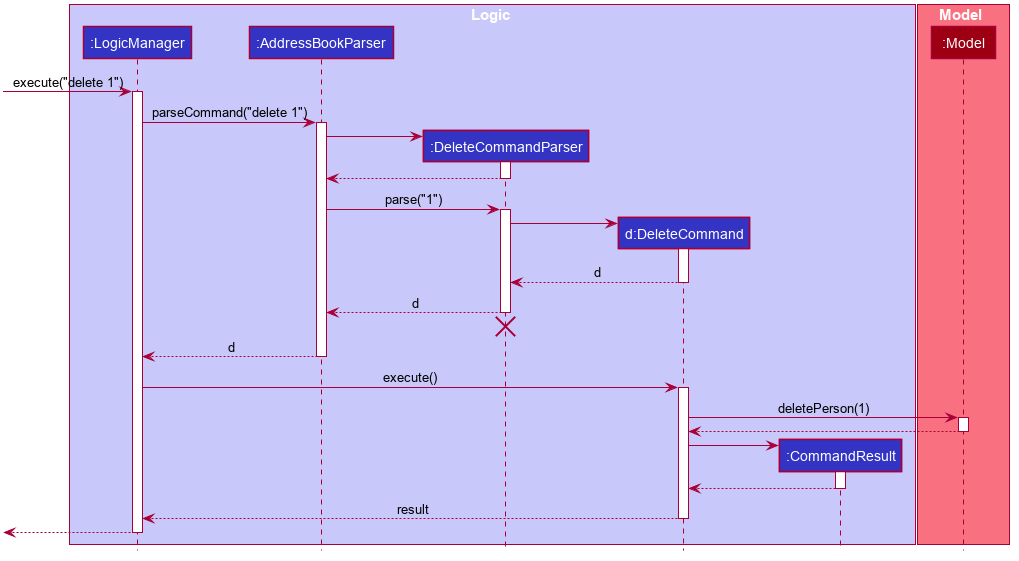
The PlantUML diagram docs/images/DeleteSequenceDiagram.png in nus-cs2103-AY1920S2/addressbook-level3, before a commit.
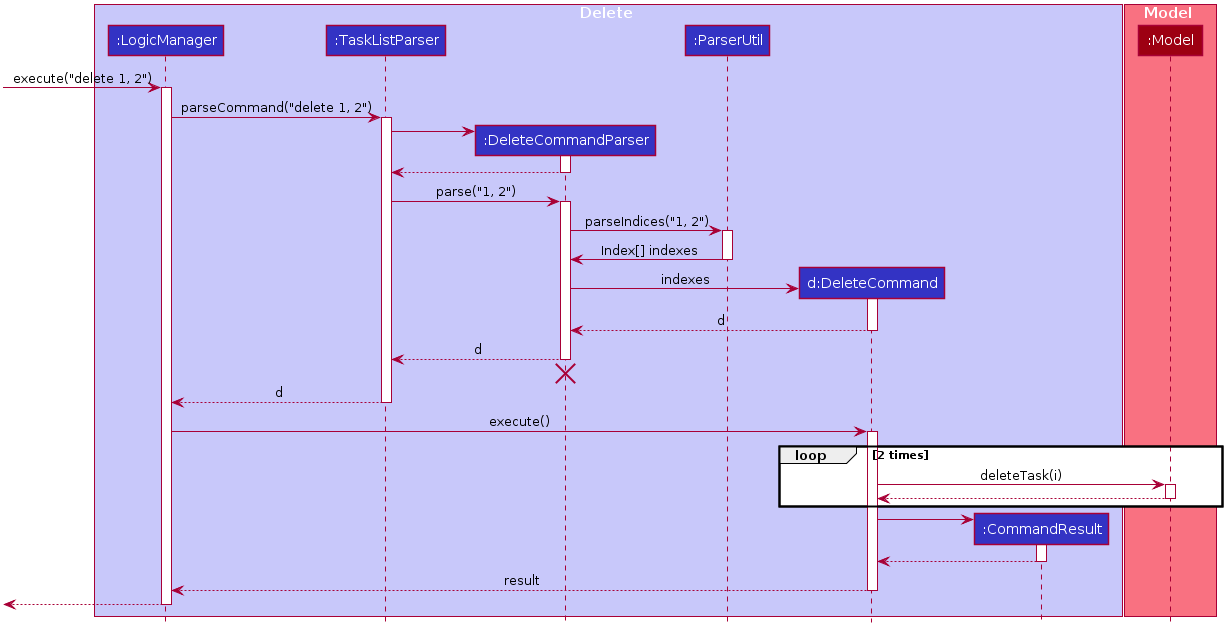
After the commit.

The edit, as a diff of the source:
```diff
@@ -48,10 +48,12 @@
 hide members
 hide circle
 
-box Logic #C8C8FA
+
+box Delete #C8C8FA
 participant ":LogicManager" as LogicManager #3333C4
-participant ":AddressBookParser" as AddressBookParser #3333C4
+participant ":TaskListParser" as TaskListParser #3333C4
 participant ":DeleteCommandParser" as DeleteCommandParser #3333C4
+participant ":ParserUtil" as ParserUtil #3333C4
 participant "d:DeleteCommand" as DeleteCommand #3333C4
 participant ":CommandResult" as CommandResult #3333C4
 end box
@@ -60,45 +62,53 @@
 participant ":Model" as Model #9D0012
 end box
 
-[-> LogicManager : execute("delete 1")
+[-> LogicManager : execute("delete 1, 2")
 activate LogicManager
 
-LogicManager -> AddressBookParser : parseCommand("delete 1")
-activate AddressBookParser
+LogicManager -> TaskListParser : parseCommand("delete 1, 2")
+activate TaskListParser
 
 create DeleteCommandParser
-AddressBookParser -> DeleteCommandParser
+TaskListParser -> DeleteCommandParser
 activate DeleteCommandParser
 
-DeleteCommandParser --> AddressBookParser
+DeleteCommandParser --> TaskListParser
 deactivate DeleteCommandParser
 
-AddressBookParser -> DeleteCommandParser : parse("1")
+TaskListParser -> DeleteCommandParser : parse("1, 2")
 activate DeleteCommandParser
 
+DeleteCommandParser -> ParserUtil :parseIndices("1, 2")
+activate ParserUtil
+
+ParserUtil -> DeleteCommandParser :Index[] indexes
+deactivate ParserUtil
+
 create DeleteCommand
-DeleteCommandParser -> DeleteCommand
+DeleteCommandParser -> DeleteCommand: indexes
 activate DeleteCommand
 
 DeleteCommand --> DeleteCommandParser : d
 deactivate DeleteCommand
 
-DeleteCommandParser --> AddressBookParser : d
+DeleteCommandParser --> TaskListParser : d
 deactivate DeleteCommandParser
-DeleteCommandParser -[hidden]-> AddressBookParser
+DeleteCommandParser -[hidden]-> TaskListParser
 destroy DeleteCommandParser
 
-AddressBookParser --> LogicManager : d
-deactivate AddressBookParser
+TaskListParser --> LogicManager : d
+deactivate TaskListParser
 
 LogicManager -> DeleteCommand : execute()
 activate DeleteCommand
 
-DeleteCommand -> Model : deletePerson(1)
-activate Model
+loop 2 times
+    DeleteCommand -> Model : deleteTask(i)
+    activate Model
 
-Model --> DeleteCommand
-deactivate Model
+    Model --> DeleteCommand
+    deactivate Model
+end
 
 create CommandResult
 DeleteCommand -> CommandResult
```
